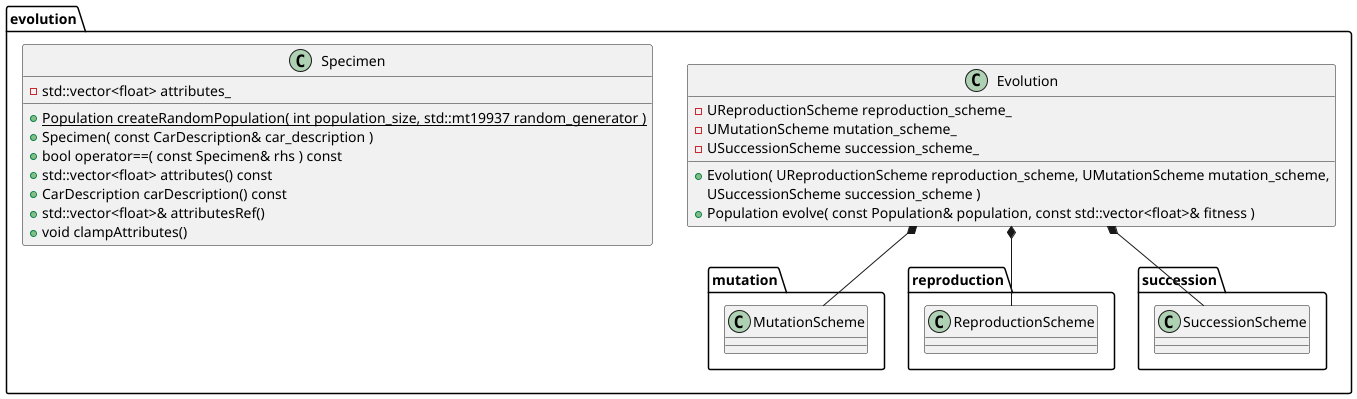
mGarbowski/zpr-projekt keeps this PlantUML diagram as docs/diagrams-exported/evolution.png. Above is the earlier version. Source of this version:
```plantuml
@startuml

package evolution {
    class Evolution {
        + Evolution( UReproductionScheme reproduction_scheme, UMutationScheme mutation_scheme,
                       USuccessionScheme succession_scheme )
        + Population evolve( const Population& population, const std::vector<float>& fitness )

        - UReproductionScheme reproduction_scheme_
        - UMutationScheme mutation_scheme_
        - USuccessionScheme succession_scheme_
    }

    class Specimen {
        + {static} Population createRandomPopulation( int population_size, std::mt19937 random_generator )
        + Specimen( const CarDescription& car_description )
        + bool operator==( const Specimen& rhs ) const
        + std::vector<float> attributes() const
        + CarDescription carDescription() const
        + std::vector<float>& attributesRef()
        + void clampAttributes()
        - std::vector<float> attributes_
    }

    Evolution *-- mutation.MutationScheme
    Evolution *-- reproduction.ReproductionScheme
    Evolution *-- succession.SuccessionScheme
}
@enduml
```
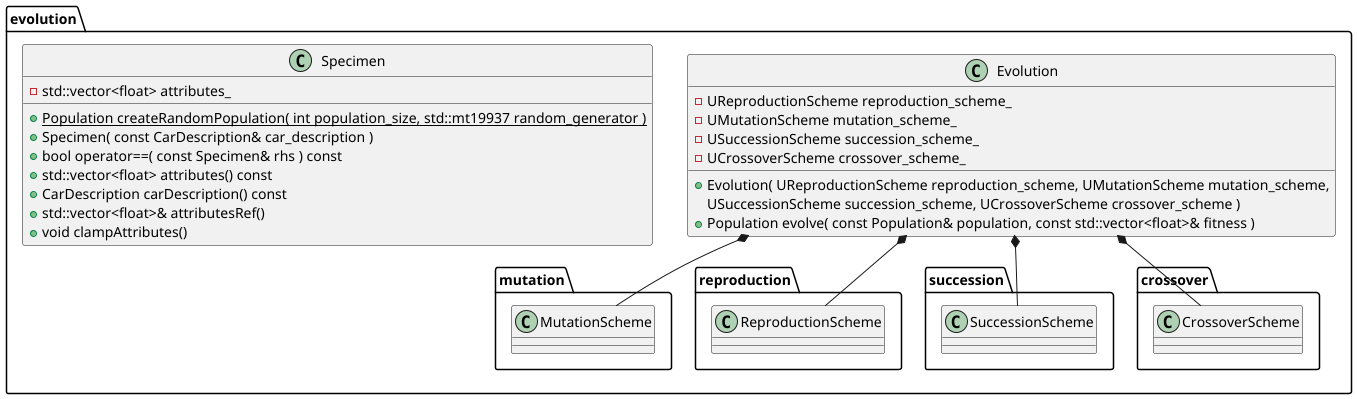
After the change.

Commit message:
update class diagrams after crossover is added

What changed in the source:
```diff
@@ -3,12 +3,13 @@
 package evolution {
     class Evolution {
         + Evolution( UReproductionScheme reproduction_scheme, UMutationScheme mutation_scheme,
-                       USuccessionScheme succession_scheme )
+                       USuccessionScheme succession_scheme, UCrossoverScheme crossover_scheme )
         + Population evolve( const Population& population, const std::vector<float>& fitness )
 
         - UReproductionScheme reproduction_scheme_
         - UMutationScheme mutation_scheme_
         - USuccessionScheme succession_scheme_
+        - UCrossoverScheme crossover_scheme_
     }
 
     class Specimen {
@@ -25,5 +26,6 @@
     Evolution *-- mutation.MutationScheme
     Evolution *-- reproduction.ReproductionScheme
     Evolution *-- succession.SuccessionScheme
+    Evolution *-- crossover.CrossoverScheme
 }
 @enduml
```
